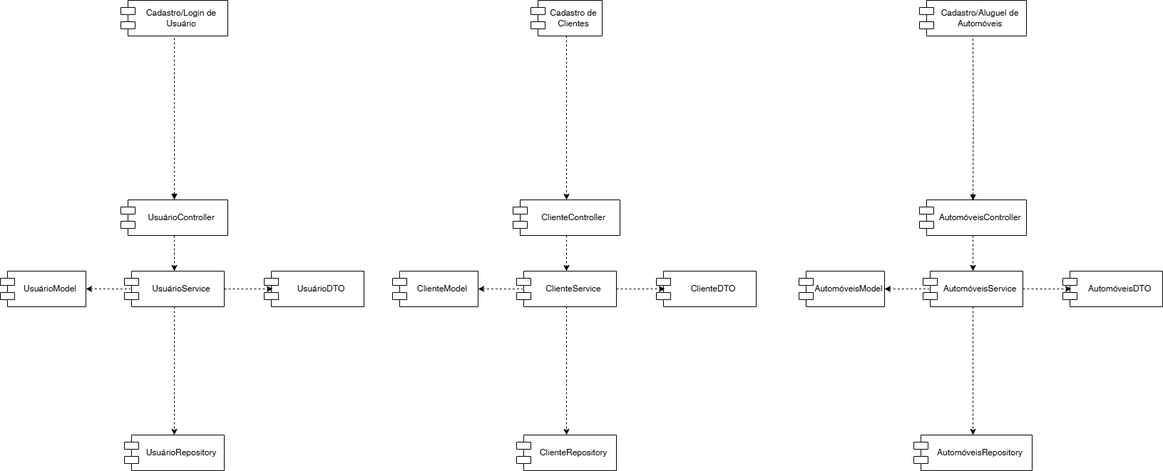
Before: projeto/png/DiagramaDeComponentes.drawio.png, a diagram exported from draw.io (Gab-HSP/laboratorio-2). Source tidied: cells renumbered, new cells last; positions are measured from the earlier drawing's top-left corner, leaving out a move shared by most shapes.
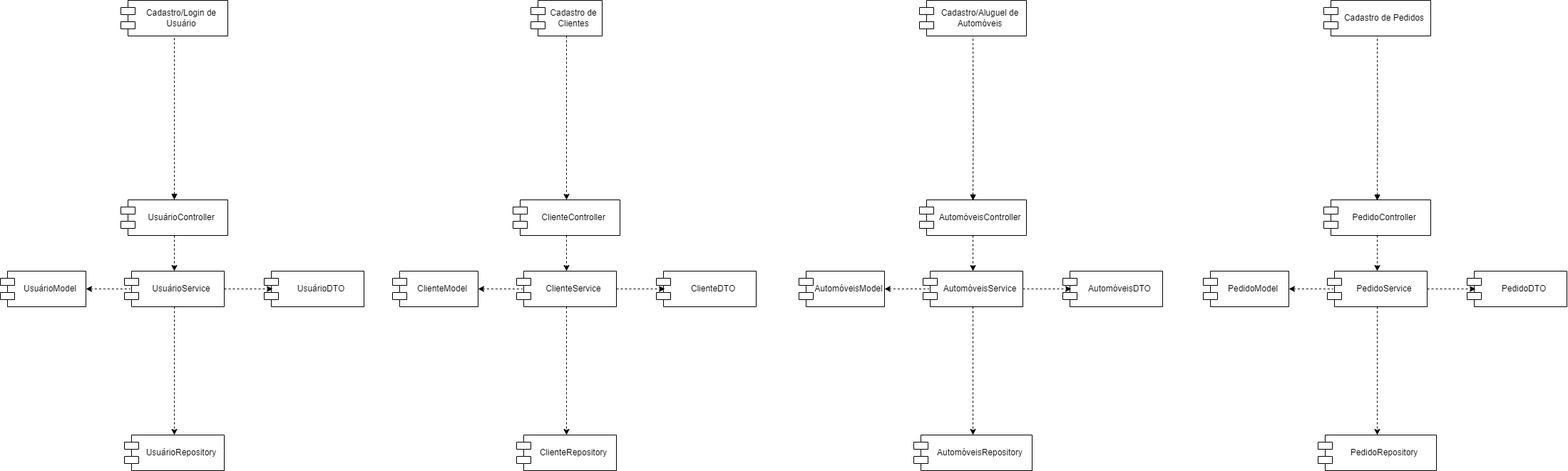
After the change.

Commit message:
atualizando diagramas

What changed in the source:
```diff
@@ -103,5 +103,40 @@
     <mxCell id="34" value="AutomóveisRepository" style="shape=module;align=center;spacingLeft=20;align=center;verticalAlign=middle;whiteSpace=wrap;html=1;labelPosition=center;verticalLabelPosition=middle;" parent="1" vertex="1">
       <mxGeometry x="1281" y="610" width="166" height="50" as="geometry" />
     </mxCell>
+    <mxCell id="35" style="edgeStyle=orthogonalEdgeStyle;rounded=0;jettySize=auto;html=1;exitX=0.5;exitY=1;exitDx=0;exitDy=0;entryX=0.5;entryY=0;entryDx=0;entryDy=0;dashed=1;" parent="1" edge="1" source="37" target="39">
+      <mxGeometry relative="1" as="geometry" />
+    </mxCell>
+    <mxCell id="36" style="edgeStyle=orthogonalEdgeStyle;rounded=0;jettySize=auto;html=1;dashed=1;startArrow=block;startFill=1;endArrow=none;entryX=0.5;entryY=1;entryDx=0;entryDy=0;" parent="1" edge="1" target="44">
+      <mxGeometry relative="1" as="geometry">
+        <mxPoint x="1931" y="281" as="sourcePoint" />
+      </mxGeometry>
+    </mxCell>
+    <mxCell id="37" value="PedidoController" style="shape=module;align=center;spacingLeft=20;align=center;verticalAlign=middle;whiteSpace=wrap;html=1;labelPosition=center;verticalLabelPosition=middle;" parent="1" vertex="1">
+      <mxGeometry x="1856" y="280" width="150" height="50" as="geometry" />
+    </mxCell>
+    <mxCell id="38" style="edgeStyle=orthogonalEdgeStyle;rounded=0;jettySize=auto;html=1;dashed=1;startArrow=none;startFill=0;endArrow=classic;endFill=1;" parent="1" edge="1" source="39" target="45">
+      <mxGeometry relative="1" as="geometry" />
+    </mxCell>
+    <mxCell id="39" value="PedidoService" style="shape=module;align=center;spacingLeft=20;align=center;verticalAlign=middle;whiteSpace=wrap;html=1;labelPosition=center;verticalLabelPosition=middle;" parent="1" vertex="1">
+      <mxGeometry x="1861" y="380" width="140" height="50" as="geometry" />
+    </mxCell>
+    <mxCell id="40" value="PedidoModel" style="shape=module;align=center;spacingLeft=20;align=center;verticalAlign=middle;whiteSpace=wrap;html=1;labelPosition=center;verticalLabelPosition=middle;" parent="1" vertex="1">
+      <mxGeometry x="1687" y="380" width="120" height="50" as="geometry" />
+    </mxCell>
+    <mxCell id="41" value="PedidoDTO" style="shape=module;align=center;spacingLeft=20;align=center;verticalAlign=middle;whiteSpace=wrap;html=1;labelPosition=center;verticalLabelPosition=middle;" parent="1" vertex="1">
+      <mxGeometry x="2057" y="380" width="140" height="50" as="geometry" />
+    </mxCell>
+    <mxCell id="42" style="edgeStyle=orthogonalEdgeStyle;rounded=0;jettySize=auto;html=1;exitX=1;exitY=0.5;exitDx=0;exitDy=0;entryX=0.086;entryY=0.5;entryDx=0;entryDy=0;entryPerimeter=0;dashed=1;" parent="1" edge="1" source="39" target="41">
+      <mxGeometry relative="1" as="geometry" />
+    </mxCell>
+    <mxCell id="43" style="edgeStyle=orthogonalEdgeStyle;rounded=0;jettySize=auto;html=1;exitX=1;exitY=0.5;exitDx=0;exitDy=0;entryX=0.057;entryY=0.5;entryDx=0;entryDy=0;entryPerimeter=0;endArrow=none;startFill=1;startArrow=classic;dashed=1;" parent="1" edge="1" source="40" target="39">
+      <mxGeometry relative="1" as="geometry" />
+    </mxCell>
+    <mxCell id="44" value="Cadastro de Pedidos" style="shape=module;align=center;spacingLeft=20;align=center;verticalAlign=middle;whiteSpace=wrap;html=1;labelPosition=center;verticalLabelPosition=middle;" parent="1" vertex="1">
+      <mxGeometry x="1856" width="150" height="50" as="geometry" />
+    </mxCell>
+    <mxCell id="45" value="PedidoRepository" style="shape=module;align=center;spacingLeft=20;align=center;verticalAlign=middle;whiteSpace=wrap;html=1;labelPosition=center;verticalLabelPosition=middle;" parent="1" vertex="1">
+      <mxGeometry x="1848" y="610" width="166" height="50" as="geometry" />
+    </mxCell>
   </root>
 </mxGraphModel>
```
